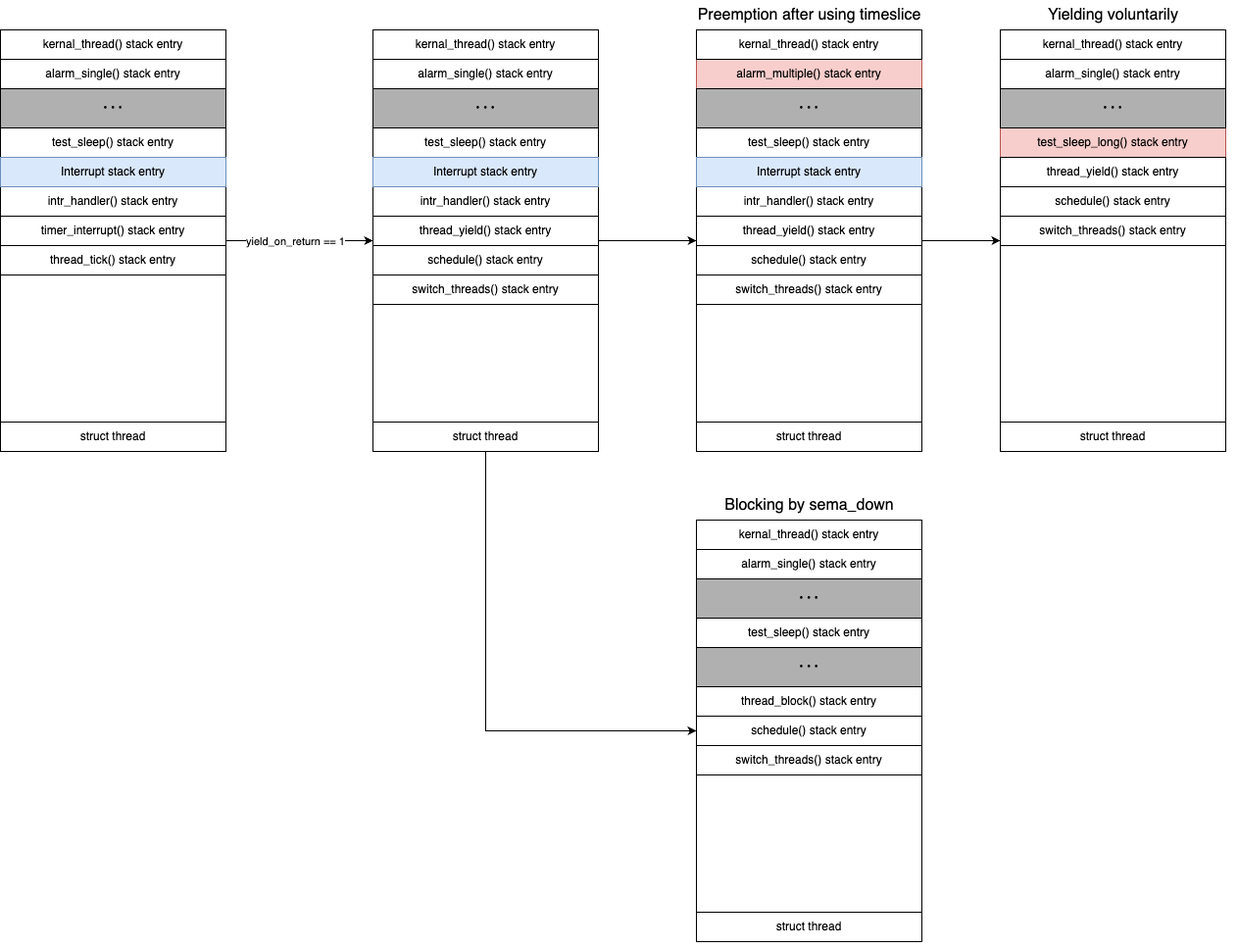
Earlier version of the draw.io export docs/img/p1_3_thread_switch.drawio.png (happyhappy-jun/CSED312-pintos). Source tidied: cells renumbered, new cells last; positions are measured from the earlier drawing's top-left corner, leaving out a move shared by most shapes. The source it was exported from:
```xml
<mxGraphModel>
  <root>
    <mxCell id="0" />
    <mxCell id="1" parent="0" />
    <mxCell id="2" style="endArrow=classic;html=1;rounded=0;exitX=1;exitY=0.5;exitDx=0;exitDy=0;entryX=0;entryY=0.5;entryDx=0;entryDy=0;" parent="1" edge="1" source="5" target="17">
      <mxGeometry relative="1" as="geometry" />
    </mxCell>
    <mxCell id="3" value="yield_on_return == 1" style="edgeLabel;html=1;align=center;verticalAlign=middle;" parent="2" vertex="1">
      <mxGeometry x="0.16" y="1" relative="1" as="geometry">
        <mxPoint x="-17" y="1" as="offset" />
      </mxGeometry>
    </mxCell>
    <mxCell id="4" style="group;" parent="1" vertex="1">
      <mxGeometry y="30" width="230" height="430" as="geometry" />
    </mxCell>
    <mxCell id="5" style="rounded=0;whiteSpace=wrap;html=1;" parent="4" vertex="1">
      <mxGeometry width="230" height="430" as="geometry" />
    </mxCell>
    <mxCell id="6" value="&lt;p style=&quot;line-height: 160%;&quot;&gt;struct thread&lt;/p&gt;" style="rounded=0;whiteSpace=wrap;html=1;" parent="4" vertex="1">
      <mxGeometry y="400" width="230" height="30" as="geometry" />
    </mxCell>
    <mxCell id="7" value="test_sleep() stack entry" style="rounded=0;whiteSpace=wrap;html=1;" parent="4" vertex="1">
      <mxGeometry y="100" width="230" height="30" as="geometry" />
    </mxCell>
    <mxCell id="8" style="edgeStyle=orthogonalEdgeStyle;rounded=0;jettySize=auto;html=1;" parent="4" edge="1" source="9" target="7">
      <mxGeometry relative="1" as="geometry" />
    </mxCell>
    <mxCell id="9" value="alarm_single() stack entry" style="rounded=0;whiteSpace=wrap;html=1;" parent="4" vertex="1">
      <mxGeometry y="30" width="230" height="30" as="geometry" />
    </mxCell>
    <mxCell id="10" value="kernal_thread() stack entry" style="rounded=0;whiteSpace=wrap;html=1;" parent="4" vertex="1">
      <mxGeometry width="230" height="30" as="geometry" />
    </mxCell>
    <mxCell id="11" value="• • •" style="rounded=0;whiteSpace=wrap;html=1;strokeColor=#000000;fillColor=#B0B0B0;" parent="4" vertex="1">
      <mxGeometry y="60" width="230" height="40" as="geometry" />
    </mxCell>
    <mxCell id="12" value="&lt;p style=&quot;line-height: 160%;&quot;&gt;timer_interrupt() stack entry&lt;/p&gt;" style="rounded=0;whiteSpace=wrap;html=1;" parent="4" vertex="1">
      <mxGeometry y="190" width="230" height="30" as="geometry" />
    </mxCell>
    <mxCell id="13" value="&lt;p style=&quot;line-height: 160%;&quot;&gt;intr_handler() stack entry&lt;/p&gt;" style="rounded=0;whiteSpace=wrap;html=1;" parent="4" vertex="1">
      <mxGeometry y="160" width="230" height="30" as="geometry" />
    </mxCell>
    <mxCell id="14" value="&lt;p style=&quot;line-height: 160%;&quot;&gt;Interrupt stack entry&lt;/p&gt;" style="rounded=0;whiteSpace=wrap;html=1;fillColor=#dae8fc;strokeColor=#6c8ebf;" parent="4" vertex="1">
      <mxGeometry y="130" width="230" height="30" as="geometry" />
    </mxCell>
    <mxCell id="15" value="&lt;p style=&quot;line-height: 160%;&quot;&gt;thread_tick() stack entry&lt;/p&gt;" style="rounded=0;whiteSpace=wrap;html=1;" parent="4" vertex="1">
      <mxGeometry y="220" width="230" height="30" as="geometry" />
    </mxCell>
    <mxCell id="16" style="group;" parent="1" vertex="1">
      <mxGeometry x="380" y="30" width="230" height="430" as="geometry" />
    </mxCell>
    <mxCell id="17" style="rounded=0;whiteSpace=wrap;html=1;" parent="16" vertex="1">
      <mxGeometry width="230" height="430" as="geometry" />
    </mxCell>
    <mxCell id="18" value="test_sleep() stack entry" style="rounded=0;whiteSpace=wrap;html=1;" parent="16" vertex="1">
      <mxGeometry y="100" width="230" height="30" as="geometry" />
    </mxCell>
    <mxCell id="19" style="edgeStyle=orthogonalEdgeStyle;rounded=0;jettySize=auto;html=1;" parent="16" edge="1" source="20" target="18">
      <mxGeometry relative="1" as="geometry" />
    </mxCell>
    <mxCell id="20" value="alarm_single() stack entry" style="rounded=0;whiteSpace=wrap;html=1;" parent="16" vertex="1">
      <mxGeometry y="30" width="230" height="30" as="geometry" />
    </mxCell>
    <mxCell id="21" value="kernal_thread() stack entry" style="rounded=0;whiteSpace=wrap;html=1;" parent="16" vertex="1">
      <mxGeometry width="230" height="30" as="geometry" />
    </mxCell>
    <mxCell id="22" value="• • •" style="rounded=0;whiteSpace=wrap;html=1;strokeColor=#000000;fillColor=#B0B0B0;" parent="16" vertex="1">
      <mxGeometry y="60" width="230" height="40" as="geometry" />
    </mxCell>
    <mxCell id="23" value="&lt;p style=&quot;line-height: 160%;&quot;&gt;thread_yield() stack entry&lt;/p&gt;" style="rounded=0;whiteSpace=wrap;html=1;" parent="16" vertex="1">
      <mxGeometry y="190" width="230" height="30" as="geometry" />
    </mxCell>
    <mxCell id="24" value="&lt;p style=&quot;line-height: 160%;&quot;&gt;intr_handler() stack entry&lt;br&gt;&lt;/p&gt;" style="rounded=0;whiteSpace=wrap;html=1;" parent="16" vertex="1">
      <mxGeometry y="160" width="230" height="30" as="geometry" />
    </mxCell>
    <mxCell id="25" value="&lt;p style=&quot;line-height: 160%;&quot;&gt;Interrupt stack entry&lt;/p&gt;" style="rounded=0;whiteSpace=wrap;html=1;fillColor=#dae8fc;strokeColor=#6c8ebf;" parent="16" vertex="1">
      <mxGeometry y="130" width="230" height="30" as="geometry" />
    </mxCell>
    <mxCell id="26" value="&lt;p style=&quot;line-height: 160%;&quot;&gt;schedule() stack entry&lt;/p&gt;" style="rounded=0;whiteSpace=wrap;html=1;" parent="16" vertex="1">
      <mxGeometry y="220" width="230" height="30" as="geometry" />
    </mxCell>
    <mxCell id="27" value="&lt;p style=&quot;line-height: 160%;&quot;&gt;switch_threads() stack entry&lt;/p&gt;" style="rounded=0;whiteSpace=wrap;html=1;" parent="16" vertex="1">
      <mxGeometry y="250" width="230" height="30" as="geometry" />
    </mxCell>
    <mxCell id="28" value="&lt;p style=&quot;line-height: 160%;&quot;&gt;struct thread&lt;/p&gt;" style="rounded=0;whiteSpace=wrap;html=1;" parent="16" vertex="1">
      <mxGeometry y="400" width="230" height="30" as="geometry" />
    </mxCell>
    <mxCell id="29" style="group;" parent="1" vertex="1">
      <mxGeometry x="1020" y="30" width="230" height="430" as="geometry" />
    </mxCell>
    <mxCell id="30" style="rounded=0;whiteSpace=wrap;html=1;" parent="29" vertex="1">
      <mxGeometry width="230" height="430" as="geometry" />
    </mxCell>
    <mxCell id="31" value="&lt;p style=&quot;line-height: 160%;&quot;&gt;struct thread&lt;/p&gt;" style="rounded=0;whiteSpace=wrap;html=1;" parent="29" vertex="1">
      <mxGeometry y="400" width="230" height="30" as="geometry" />
    </mxCell>
    <mxCell id="32" value="test_sleep_long() stack entry" style="rounded=0;whiteSpace=wrap;html=1;fillColor=#f8cecc;strokeColor=#b85450;" parent="29" vertex="1">
      <mxGeometry y="100" width="230" height="30" as="geometry" />
    </mxCell>
    <mxCell id="33" style="edgeStyle=orthogonalEdgeStyle;rounded=0;jettySize=auto;html=1;" parent="29" edge="1" source="34" target="32">
      <mxGeometry relative="1" as="geometry" />
    </mxCell>
    <mxCell id="34" value="alarm_single() stack entry" style="rounded=0;whiteSpace=wrap;html=1;" parent="29" vertex="1">
      <mxGeometry y="30" width="230" height="30" as="geometry" />
    </mxCell>
    <mxCell id="35" value="kernal_thread() stack entry" style="rounded=0;whiteSpace=wrap;html=1;" parent="29" vertex="1">
      <mxGeometry width="230" height="30" as="geometry" />
    </mxCell>
    <mxCell id="36" value="• • •" style="rounded=0;whiteSpace=wrap;html=1;strokeColor=#000000;fillColor=#B0B0B0;" parent="29" vertex="1">
      <mxGeometry y="60" width="230" height="40" as="geometry" />
    </mxCell>
    <mxCell id="37" value="&lt;p style=&quot;line-height: 160%;&quot;&gt;schedule() stack entry&lt;br&gt;&lt;/p&gt;" style="rounded=0;whiteSpace=wrap;html=1;" parent="29" vertex="1">
      <mxGeometry y="160" width="230" height="30" as="geometry" />
    </mxCell>
    <mxCell id="38" value="&lt;p style=&quot;line-height: 160%;&quot;&gt;thread_yield() stack entry&lt;br&gt;&lt;/p&gt;" style="rounded=0;whiteSpace=wrap;html=1;" parent="29" vertex="1">
      <mxGeometry y="130" width="230" height="30" as="geometry" />
    </mxCell>
    <mxCell id="39" value="&lt;p style=&quot;line-height: 160%;&quot;&gt;switch_threads() stack entry&lt;br&gt;&lt;/p&gt;" style="rounded=0;whiteSpace=wrap;html=1;" parent="29" vertex="1">
      <mxGeometry y="190" width="230" height="30" as="geometry" />
    </mxCell>
    <mxCell id="40" style="group;" parent="1" vertex="1">
      <mxGeometry x="710" y="30" width="230" height="430" as="geometry" />
    </mxCell>
    <mxCell id="41" style="rounded=0;whiteSpace=wrap;html=1;" parent="40" vertex="1">
      <mxGeometry width="230" height="430" as="geometry" />
    </mxCell>
    <mxCell id="42" value="&lt;p style=&quot;line-height: 160%;&quot;&gt;struct thread&lt;/p&gt;" style="rounded=0;whiteSpace=wrap;html=1;" parent="40" vertex="1">
      <mxGeometry y="400" width="230" height="30" as="geometry" />
    </mxCell>
    <mxCell id="43" value="test_sleep() stack entry" style="rounded=0;whiteSpace=wrap;html=1;" parent="40" vertex="1">
      <mxGeometry y="100" width="230" height="30" as="geometry" />
    </mxCell>
    <mxCell id="44" style="edgeStyle=orthogonalEdgeStyle;rounded=0;jettySize=auto;html=1;" parent="40" edge="1" source="45" target="43">
      <mxGeometry relative="1" as="geometry" />
    </mxCell>
    <mxCell id="45" value="alarm_multiple() stack entry" style="rounded=0;whiteSpace=wrap;html=1;fillColor=#f8cecc;strokeColor=#b85450;" parent="40" vertex="1">
      <mxGeometry y="30" width="230" height="30" as="geometry" />
    </mxCell>
    <mxCell id="46" value="kernal_thread() stack entry" style="rounded=0;whiteSpace=wrap;html=1;" parent="40" vertex="1">
      <mxGeometry width="230" height="30" as="geometry" />
    </mxCell>
    <mxCell id="47" value="• • •" style="rounded=0;whiteSpace=wrap;html=1;strokeColor=#000000;fillColor=#B0B0B0;" parent="40" vertex="1">
      <mxGeometry y="60" width="230" height="40" as="geometry" />
    </mxCell>
    <mxCell id="48" value="&lt;p style=&quot;line-height: 160%;&quot;&gt;intr_handler() stack entry&lt;br&gt;&lt;/p&gt;" style="rounded=0;whiteSpace=wrap;html=1;" parent="40" vertex="1">
      <mxGeometry y="160" width="230" height="30" as="geometry" />
    </mxCell>
    <mxCell id="49" value="&lt;p style=&quot;line-height: 160%;&quot;&gt;Interrupt stack entry&lt;/p&gt;" style="rounded=0;whiteSpace=wrap;html=1;fillColor=#dae8fc;strokeColor=#6c8ebf;" parent="40" vertex="1">
      <mxGeometry y="130" width="230" height="30" as="geometry" />
    </mxCell>
    <mxCell id="50" value="&lt;p style=&quot;line-height: 160%;&quot;&gt;schedule() stack entry&lt;br&gt;&lt;/p&gt;" style="rounded=0;whiteSpace=wrap;html=1;" parent="40" vertex="1">
      <mxGeometry y="220" width="230" height="30" as="geometry" />
    </mxCell>
    <mxCell id="51" value="&lt;p style=&quot;line-height: 160%;&quot;&gt;switch_threads() stack entry&lt;/p&gt;" style="rounded=0;whiteSpace=wrap;html=1;" parent="40" vertex="1">
      <mxGeometry y="250" width="230" height="30" as="geometry" />
    </mxCell>
    <mxCell id="52" value="&lt;p style=&quot;line-height: 160%;&quot;&gt;thread_yield() stack entry&lt;br&gt;&lt;/p&gt;" style="rounded=0;whiteSpace=wrap;html=1;" parent="40" vertex="1">
      <mxGeometry y="190" width="230" height="30" as="geometry" />
    </mxCell>
    <mxCell id="53" style="group;" parent="1" vertex="1">
      <mxGeometry x="710" y="530" width="230" height="430" as="geometry" />
    </mxCell>
    <mxCell id="54" style="rounded=0;whiteSpace=wrap;html=1;" parent="53" vertex="1">
      <mxGeometry width="230" height="430" as="geometry" />
    </mxCell>
    <mxCell id="55" value="&lt;p style=&quot;line-height: 160%;&quot;&gt;struct thread&lt;/p&gt;" style="rounded=0;whiteSpace=wrap;html=1;" parent="53" vertex="1">
      <mxGeometry y="400" width="230" height="30" as="geometry" />
    </mxCell>
    <mxCell id="56" value="test_sleep() stack entry" style="rounded=0;whiteSpace=wrap;html=1;" parent="53" vertex="1">
      <mxGeometry y="100" width="230" height="30" as="geometry" />
    </mxCell>
    <mxCell id="57" style="edgeStyle=orthogonalEdgeStyle;rounded=0;jettySize=auto;html=1;" parent="53" edge="1" source="58" target="56">
      <mxGeometry relative="1" as="geometry" />
    </mxCell>
    <mxCell id="58" value="alarm_single() stack entry" style="rounded=0;whiteSpace=wrap;html=1;" parent="53" vertex="1">
      <mxGeometry y="30" width="230" height="30" as="geometry" />
    </mxCell>
    <mxCell id="59" value="kernal_thread() stack entry" style="rounded=0;whiteSpace=wrap;html=1;" parent="53" vertex="1">
      <mxGeometry width="230" height="30" as="geometry" />
    </mxCell>
    <mxCell id="60" value="• • •" style="rounded=0;whiteSpace=wrap;html=1;strokeColor=#000000;fillColor=#B0B0B0;" parent="53" vertex="1">
      <mxGeometry y="60" width="230" height="40" as="geometry" />
    </mxCell>
    <mxCell id="61" value="&lt;p style=&quot;line-height: 160%;&quot;&gt;thread_block() stack entry&lt;/p&gt;" style="rounded=0;whiteSpace=wrap;html=1;" parent="53" vertex="1">
      <mxGeometry y="170" width="230" height="30" as="geometry" />
    </mxCell>
    <mxCell id="62" value="&lt;p style=&quot;line-height: 160%;&quot;&gt;schedule() stack entry&lt;/p&gt;" style="rounded=0;whiteSpace=wrap;html=1;" parent="53" vertex="1">
      <mxGeometry y="200" width="230" height="30" as="geometry" />
    </mxCell>
    <mxCell id="63" value="&lt;p style=&quot;line-height: 160%;&quot;&gt;switch_threads() stack entry&lt;/p&gt;" style="rounded=0;whiteSpace=wrap;html=1;" parent="53" vertex="1">
      <mxGeometry y="230" width="230" height="30" as="geometry" />
    </mxCell>
    <mxCell id="64" value="• • •" style="rounded=0;whiteSpace=wrap;html=1;strokeColor=#000000;fillColor=#B0B0B0;" parent="53" vertex="1">
      <mxGeometry y="130" width="230" height="40" as="geometry" />
    </mxCell>
    <mxCell id="65" style="edgeStyle=orthogonalEdgeStyle;rounded=0;jettySize=auto;html=1;exitX=0.5;exitY=1;exitDx=0;exitDy=0;entryX=0;entryY=0.5;entryDx=0;entryDy=0;" parent="1" edge="1" source="17" target="62">
      <mxGeometry relative="1" as="geometry" />
    </mxCell>
    <mxCell id="66" style="edgeStyle=orthogonalEdgeStyle;rounded=0;jettySize=auto;html=1;exitX=1;exitY=0.5;exitDx=0;exitDy=0;entryX=0;entryY=0.5;entryDx=0;entryDy=0;" parent="1" edge="1" source="17" target="41">
      <mxGeometry relative="1" as="geometry" />
    </mxCell>
    <mxCell id="67" style="edgeStyle=orthogonalEdgeStyle;rounded=0;jettySize=auto;html=1;exitX=1;exitY=0.5;exitDx=0;exitDy=0;" parent="1" edge="1" source="41" target="30">
      <mxGeometry relative="1" as="geometry" />
    </mxCell>
    <mxCell id="68" value="&lt;font style=&quot;font-size: 16px;&quot;&gt;Preemption after using timeslice&lt;/font&gt;" style="text;html=1;strokeColor=none;fillColor=none;align=center;verticalAlign=middle;whiteSpace=wrap;rounded=0;" parent="1" vertex="1">
      <mxGeometry x="697.5" width="255" height="30" as="geometry" />
    </mxCell>
    <mxCell id="69" value="&lt;span style=&quot;font-size: 16px;&quot;&gt;Yielding voluntarily&lt;/span&gt;" style="text;html=1;strokeColor=none;fillColor=none;align=center;verticalAlign=middle;whiteSpace=wrap;rounded=0;" parent="1" vertex="1">
      <mxGeometry x="1007.5" width="255" height="30" as="geometry" />
    </mxCell>
    <mxCell id="70" value="&lt;span style=&quot;font-size: 16px;&quot;&gt;Blocking by sema_down&lt;/span&gt;" style="text;html=1;strokeColor=none;fillColor=none;align=center;verticalAlign=middle;whiteSpace=wrap;rounded=0;" parent="1" vertex="1">
      <mxGeometry x="697.5" y="500" width="255" height="30" as="geometry" />
    </mxCell>
  </root>
</mxGraphModel>
```
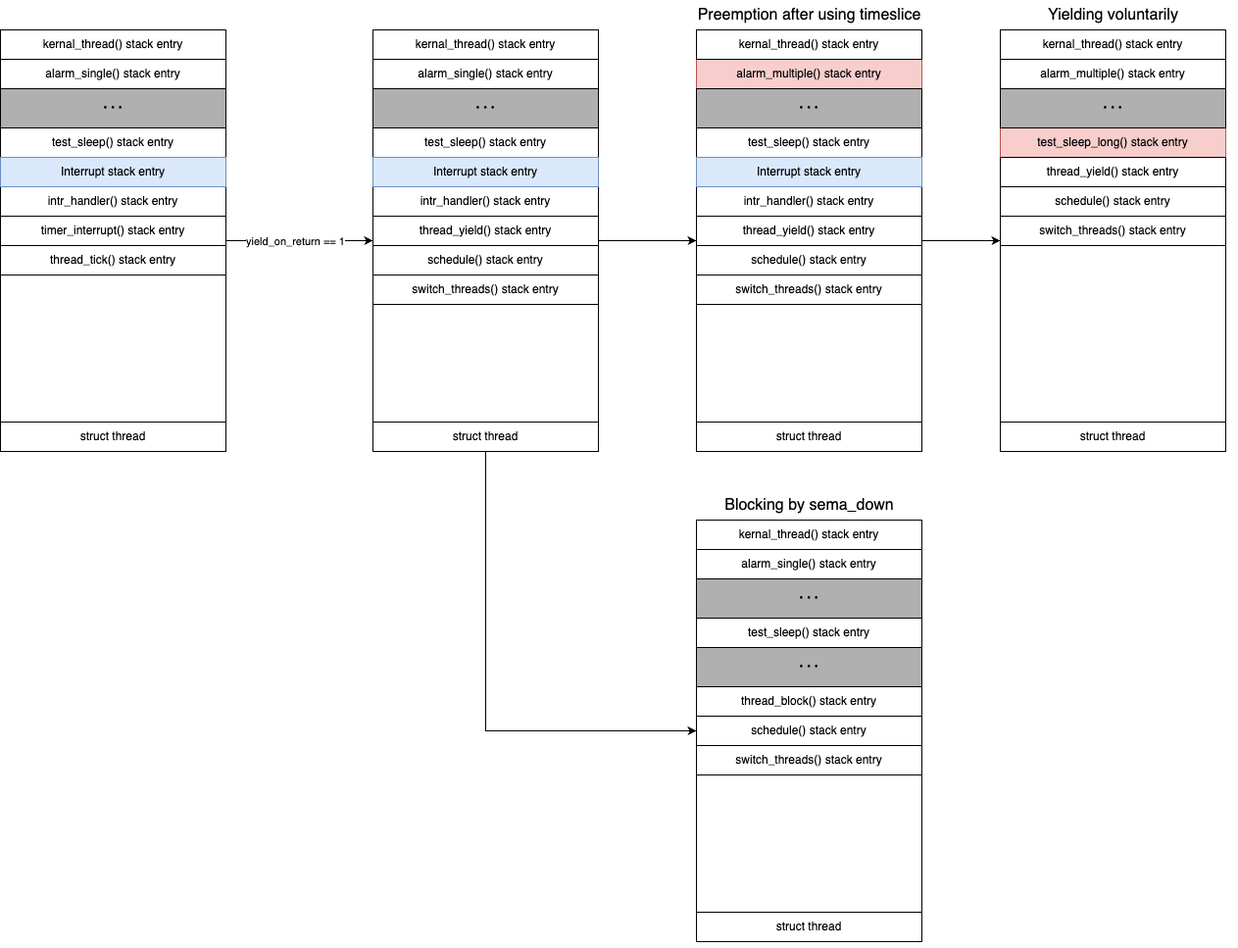
The same diagram one commit later.

What changed in the source:
```diff
@@ -100,7 +100,7 @@
     <mxCell id="33" style="edgeStyle=orthogonalEdgeStyle;rounded=0;jettySize=auto;html=1;" parent="29" edge="1" source="34" target="32">
       <mxGeometry relative="1" as="geometry" />
     </mxCell>
-    <mxCell id="34" value="alarm_single() stack entry" style="rounded=0;whiteSpace=wrap;html=1;" parent="29" vertex="1">
+    <mxCell id="34" value="alarm_multiple() stack entry" style="rounded=0;whiteSpace=wrap;html=1;" parent="29" vertex="1">
       <mxGeometry y="30" width="230" height="30" as="geometry" />
     </mxCell>
     <mxCell id="35" value="kernal_thread() stack entry" style="rounded=0;whiteSpace=wrap;html=1;" parent="29" vertex="1">
```
